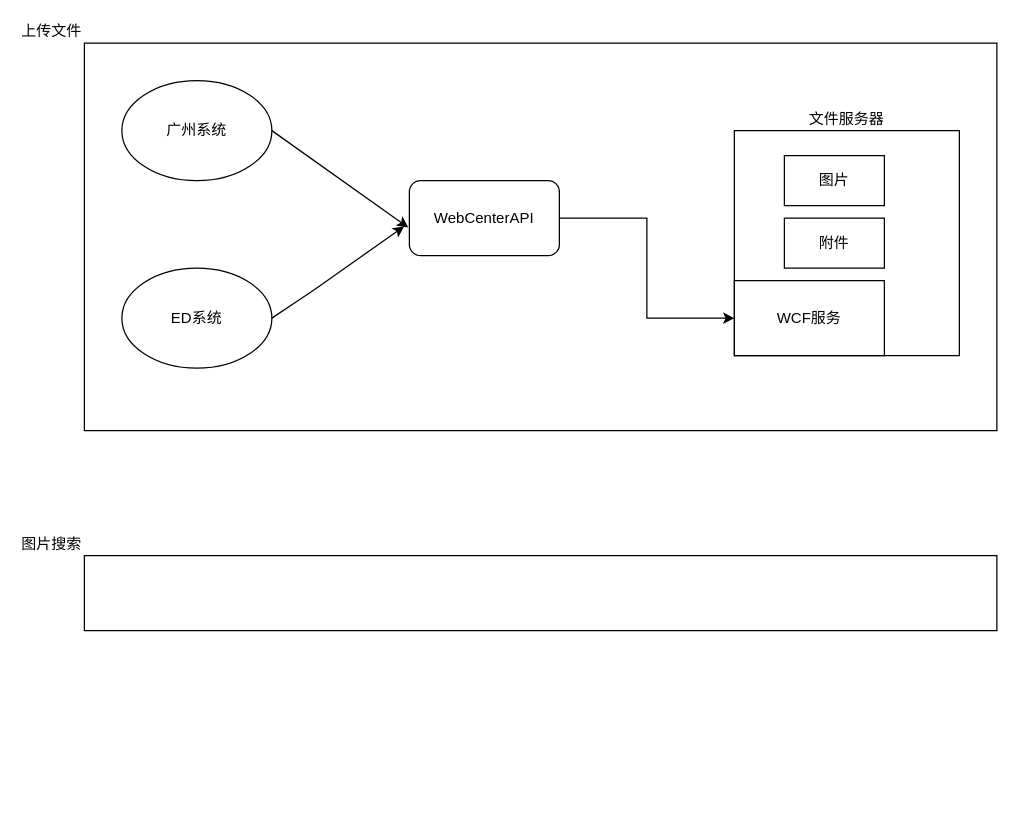
This is 未命名绘图.drawio from J-W-Chan/PDM, a draw.io file, before an edit. Source tidied: cells renumbered, new cells numbered last; positions are measured from the earlier drawing's top-left corner, leaving out a move shared by most shapes. Both pictures are drawn from the tidied source at 125%, with x=0, y=0 at pixel (84, 42).
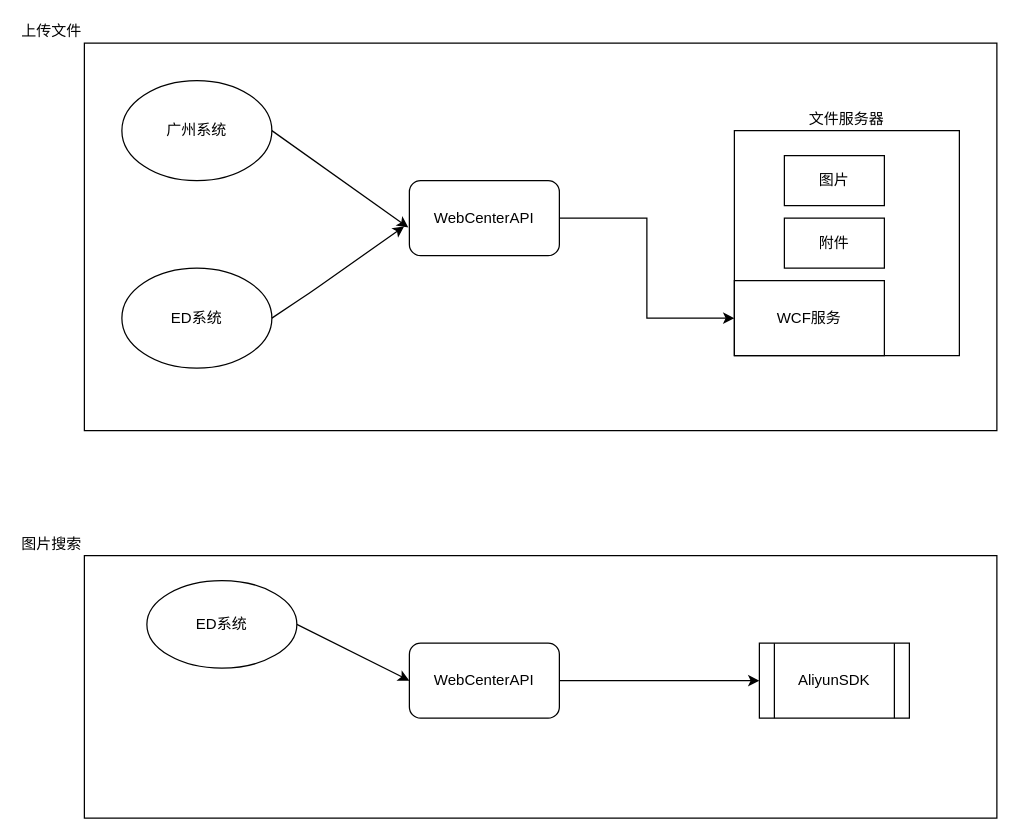
The same page after the edit.

The edit, as a diff of the source:
```diff
@@
     <mxCell id="13" value="图片搜索" style="rounded=0;whiteSpace=wrap;html=1;labelPosition=left;verticalLabelPosition=top;align=right;verticalAlign=bottom;" parent="1" vertex="1">
-      <mxGeometry y="410" width="730" height="60" as="geometry" />
+      <mxGeometry y="410" width="730" height="210" as="geometry" />
     </mxCell>
+    <mxCell id="14" value="ED系统" style="ellipse;whiteSpace=wrap;html=1;" parent="1" vertex="1">
+      <mxGeometry x="50" y="430" width="120" height="70" as="geometry" />
+    </mxCell>
+    <mxCell id="15" value="WebCenterAPI" style="rounded=1;whiteSpace=wrap;html=1;" parent="1" vertex="1">
+      <mxGeometry x="260" y="480" width="120" height="60" as="geometry" />
+    </mxCell>
+    <mxCell id="16" style="endArrow=classic;html=1;exitX=1;exitY=0.5;exitDx=0;exitDy=0;entryX=0;entryY=0.5;entryDx=0;entryDy=0;" parent="1" edge="1" source="14" target="15">
+      <mxGeometry relative="1" as="geometry" />
+    </mxCell>
+    <mxCell id="17" value="AliyunSDK" style="shape=process;whiteSpace=wrap;html=1;backgroundOutline=1;" parent="1" vertex="1">
+      <mxGeometry x="540" y="480" width="120" height="60" as="geometry" />
+    </mxCell>
+    <mxCell id="18" style="endArrow=classic;html=1;exitX=1;exitY=0.5;exitDx=0;exitDy=0;entryX=0;entryY=0.5;entryDx=0;entryDy=0;" parent="1" edge="1" source="15" target="17">
+      <mxGeometry relative="1" as="geometry" />
+    </mxCell>
```
